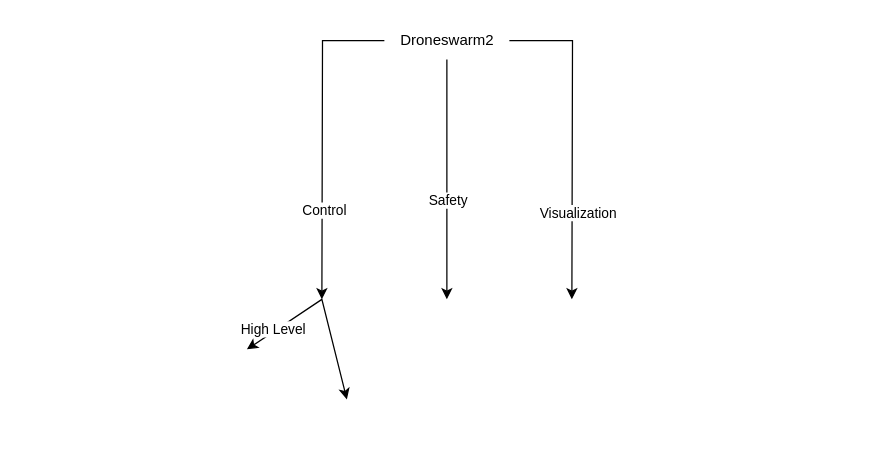
Above: DroneSwarm2.drawio in aaronxavier/drawio (draw.io), before the change. Source tidied: cells renumbered, new cells numbered last; positions are measured from the earlier drawing's top-left corner, leaving out a move shared by most shapes. Both pictures are drawn from the tidied source at 125%, with x=0, y=0 at pixel (246, 21).
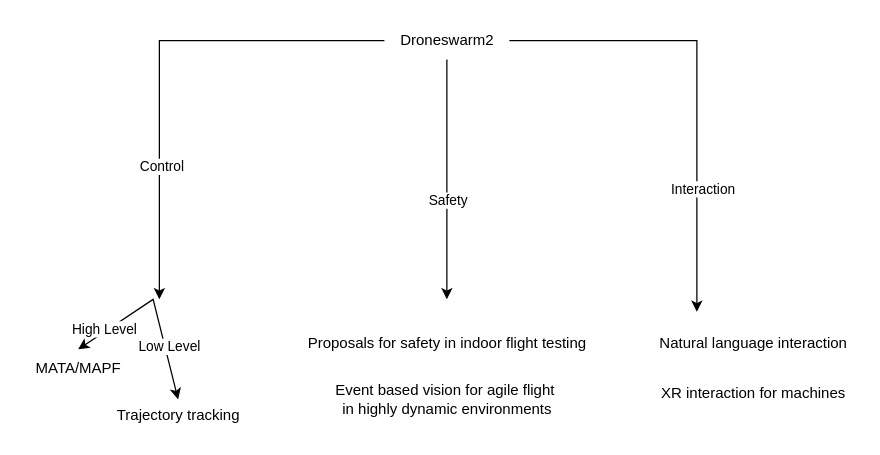
The same diagram, later.

The change refers to these unchanged cells:
```xml
<mxCell id="8" value="&lt;div&gt;Droneswarm2&lt;/div&gt;" style="text;html=1;align=center;verticalAlign=middle;points=[];strokeColor=none;fillColor=none;" parent="1" vertex="1">
  <mxGeometry x="110" width="100" height="30" as="geometry" />
</mxCell>
```

Diff of the diagram source:
```diff
@@
     <mxCell id="4" style="edgeStyle=orthogonalEdgeStyle;rounded=0;jettySize=auto;html=1;" parent="1" edge="1" source="8">
       <mxGeometry relative="1" as="geometry">
-        <mxPoint x="60" y="222" as="targetPoint" />
+        <mxPoint x="-70" y="222" as="targetPoint" />
+        <Array as="points">
+          <mxPoint x="-70" y="15" />
+        </Array>
       </mxGeometry>
     </mxCell>
@@
     <mxCell id="6" style="edgeStyle=orthogonalEdgeStyle;rounded=0;jettySize=auto;html=1;" parent="1" edge="1" source="8">
       <mxGeometry relative="1" as="geometry">
-        <mxPoint x="260" y="222" as="targetPoint" />
+        <mxPoint x="360" y="232" as="targetPoint" />
+        <Array as="points">
+          <mxPoint x="360" y="15" />
+        </Array>
       </mxGeometry>
     </mxCell>
-    <mxCell id="7" value="Visualization" style="edgeLabel;html=1;align=center;verticalAlign=middle;" parent="6" vertex="1">
+    <mxCell id="7" value="Interaction" style="edgeLabel;html=1;align=center;verticalAlign=middle;" parent="6" vertex="1">
       <mxGeometry x="0.46" y="4" relative="1" as="geometry" />
     </mxCell>
@@
     <mxCell id="9" style="endArrow=classic;startArrow=classic;html=1;rounded=0;" parent="1" edge="1">
       <mxGeometry relative="1" as="geometry">
-        <mxPoint y="262" as="sourcePoint" />
-        <mxPoint x="80" y="302" as="targetPoint" />
+        <mxPoint x="-135" y="262" as="sourcePoint" />
+        <mxPoint x="-55" y="302" as="targetPoint" />
         <Array as="points">
-          <mxPoint x="60" y="222" />
+          <mxPoint x="-75" y="222" />
         </Array>
       </mxGeometry>
     </mxCell>
@@
+    <mxCell id="11" value="Low Level" style="edgeLabel;html=1;align=center;verticalAlign=middle;" parent="9" vertex="1">
+      <mxGeometry x="0.44" y="3" relative="1" as="geometry" />
+    </mxCell>
+    <mxCell id="12" value="Trajectory tracking" style="text;html=1;align=center;verticalAlign=middle;strokeColor=none;fillColor=none;" parent="1" vertex="1">
+      <mxGeometry x="-115" y="300" width="120" height="30" as="geometry" />
+    </mxCell>
+    <mxCell id="13" value="MATA/MAPF" style="text;html=1;align=center;verticalAlign=middle;strokeColor=none;fillColor=none;" parent="1" vertex="1">
+      <mxGeometry x="-180" y="262" width="90" height="30" as="geometry" />
+    </mxCell>
+    <mxCell id="14" value="&lt;div&gt;Event based vision for agile flight&amp;nbsp;&lt;/div&gt;&lt;div&gt;in highly dynamic environments&lt;/div&gt;" style="text;html=1;align=center;verticalAlign=middle;strokeColor=none;fillColor=none;" parent="1" vertex="1">
+      <mxGeometry x="60" y="282" width="200" height="40" as="geometry" />
+    </mxCell>
+    <mxCell id="15" value="Proposals for safety in indoor flight testing" style="text;html=1;align=center;verticalAlign=middle;strokeColor=none;fillColor=none;" parent="1" vertex="1">
+      <mxGeometry x="35" y="242" width="250" height="30" as="geometry" />
+    </mxCell>
+    <mxCell id="16" value="Natural language interaction " style="text;html=1;align=center;verticalAlign=middle;strokeColor=none;fillColor=none;" parent="1" vertex="1">
+      <mxGeometry x="320" y="242" width="170" height="30" as="geometry" />
+    </mxCell>
+    <mxCell id="17" value="XR interaction for machines" style="text;html=1;align=center;verticalAlign=middle;strokeColor=none;fillColor=none;" parent="1" vertex="1">
+      <mxGeometry x="320" y="282" width="170" height="30" as="geometry" />
+    </mxCell>
```
